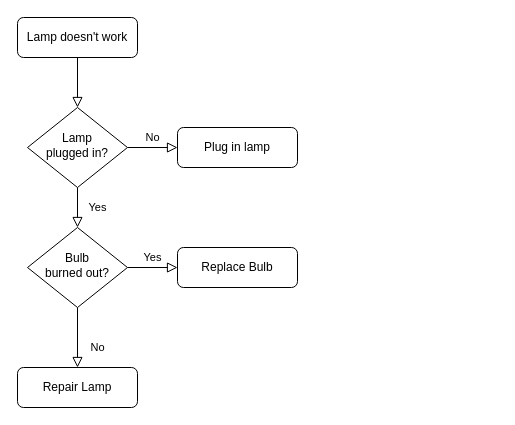
Before: Untitled Diagram.drawio in dncry/NULL, a draw.io diagram. Source tidied: cells renumbered, new cells numbered last; positions are measured from the earlier drawing's top-left corner, leaving out a move shared by most shapes. Both pictures are drawn from the tidied source at 100%, with x=0, y=0 at pixel (17, 17).
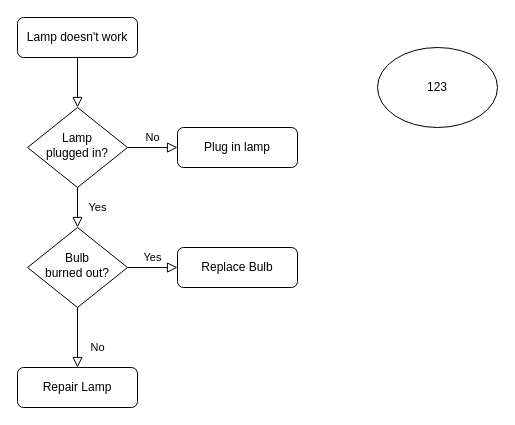
After the change.

The edit, as a diff of the source:
```diff
@@
 <mxGraphModel>
   <root>
     <mxCell id="0" />
     <mxCell id="1" parent="0" />
     <mxCell id="2" style="rounded=0;html=1;jettySize=auto;fontSize=11;endArrow=block;endFill=0;endSize=8;strokeWidth=1;shadow=0;labelBackgroundColor=none;edgeStyle=orthogonalEdgeStyle;" parent="1" edge="1" source="3" target="6">
       <mxGeometry relative="1" as="geometry" />
     </mxCell>
     <mxCell id="3" value="Lamp doesn't work" style="rounded=1;whiteSpace=wrap;html=1;fontSize=12;glass=0;strokeWidth=1;shadow=0;" parent="1" vertex="1">
       <mxGeometry width="120" height="40" as="geometry" />
     </mxCell>
     <mxCell id="4" value="Yes" style="rounded=0;html=1;jettySize=auto;fontSize=11;endArrow=block;endFill=0;endSize=8;strokeWidth=1;shadow=0;labelBackgroundColor=none;edgeStyle=orthogonalEdgeStyle;" parent="1" edge="1" source="6" target="10">
       <mxGeometry y="20" relative="1" as="geometry" />
     </mxCell>
     <mxCell id="5" value="No" style="edgeStyle=orthogonalEdgeStyle;rounded=0;html=1;jettySize=auto;fontSize=11;endArrow=block;endFill=0;endSize=8;strokeWidth=1;shadow=0;labelBackgroundColor=none;" parent="1" edge="1" source="6" target="7">
       <mxGeometry y="10" relative="1" as="geometry" />
     </mxCell>
     <mxCell id="6" value="Lamp&lt;br&gt;plugged in?" style="rhombus;whiteSpace=wrap;html=1;shadow=0;fontFamily=Helvetica;fontSize=12;align=center;strokeWidth=1;spacing=6;spacingTop=-4;" parent="1" vertex="1">
       <mxGeometry x="10" y="90" width="100" height="80" as="geometry" />
     </mxCell>
     <mxCell id="7" value="Plug in lamp" style="rounded=1;whiteSpace=wrap;html=1;fontSize=12;glass=0;strokeWidth=1;shadow=0;" parent="1" vertex="1">
       <mxGeometry x="160" y="110" width="120" height="40" as="geometry" />
     </mxCell>
     <mxCell id="8" value="No" style="rounded=0;html=1;jettySize=auto;fontSize=11;endArrow=block;endFill=0;endSize=8;strokeWidth=1;shadow=0;labelBackgroundColor=none;edgeStyle=orthogonalEdgeStyle;" parent="1" edge="1" source="10" target="11">
       <mxGeometry x="0.33" y="20" relative="1" as="geometry" />
     </mxCell>
     <mxCell id="9" value="Yes" style="edgeStyle=orthogonalEdgeStyle;rounded=0;html=1;jettySize=auto;fontSize=11;endArrow=block;endFill=0;endSize=8;strokeWidth=1;shadow=0;labelBackgroundColor=none;" parent="1" edge="1" source="10" target="12">
       <mxGeometry y="10" relative="1" as="geometry" />
     </mxCell>
     <mxCell id="10" value="Bulb&lt;br&gt;burned out?" style="rhombus;whiteSpace=wrap;html=1;shadow=0;fontFamily=Helvetica;fontSize=12;align=center;strokeWidth=1;spacing=6;spacingTop=-4;" parent="1" vertex="1">
       <mxGeometry x="10" y="210" width="100" height="80" as="geometry" />
     </mxCell>
     <mxCell id="11" value="Repair Lamp" style="rounded=1;whiteSpace=wrap;html=1;fontSize=12;glass=0;strokeWidth=1;shadow=0;" parent="1" vertex="1">
       <mxGeometry y="350" width="120" height="40" as="geometry" />
     </mxCell>
     <mxCell id="12" value="Replace Bulb" style="rounded=1;whiteSpace=wrap;html=1;fontSize=12;glass=0;strokeWidth=1;shadow=0;" parent="1" vertex="1">
       <mxGeometry x="160" y="230" width="120" height="40" as="geometry" />
     </mxCell>
+    <mxCell id="13" value="&lt;div&gt;123&lt;/div&gt;" style="ellipse;whiteSpace=wrap;html=1;" parent="1" vertex="1">
+      <mxGeometry x="360" y="30" width="120" height="80" as="geometry" />
+    </mxCell>
   </root>
 </mxGraphModel>
```
